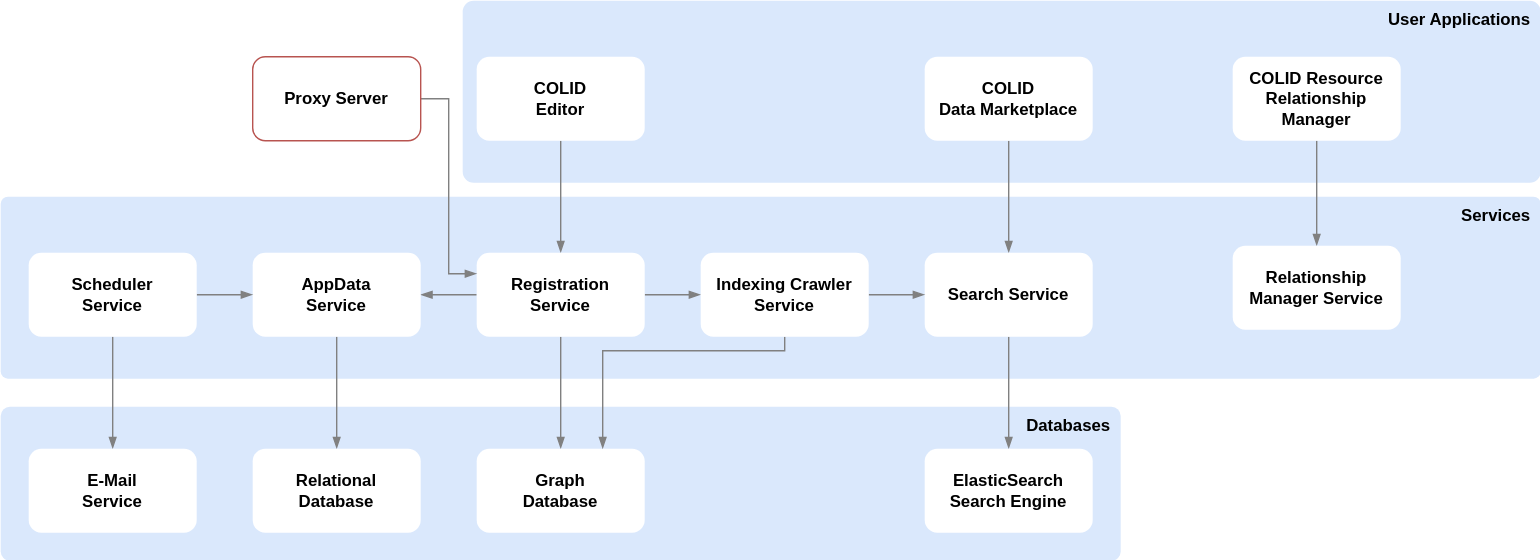
The draw.io diagram assets/architecture/architecture-overview.svg in Bayer-Group/COLID-Documentation, before a commit. Source tidied: cells renumbered, new cells last; positions are measured from the earlier drawing's top-left corner, leaving out a move shared by most shapes.
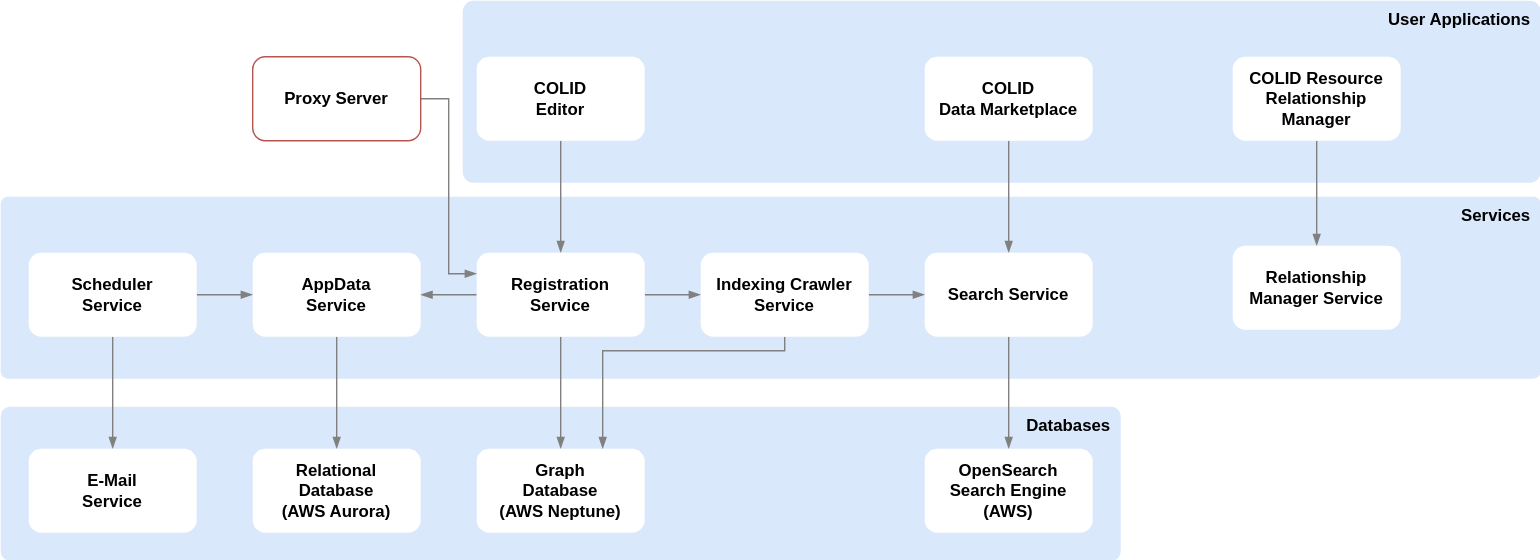
After the change.

What changed in the source:
```diff
@@ -67,10 +67,10 @@
     <mxCell id="21" value="Scheduler&lt;br&gt;Service" style="rounded=1;whiteSpace=wrap;html=1;fontStyle=1;strokeColor=none;" parent="1" vertex="1">
       <mxGeometry x="20" y="180" width="120" height="60" as="geometry" />
     </mxCell>
-    <mxCell id="22" value="Graph&lt;br&gt;Database" style="rounded=1;whiteSpace=wrap;html=1;strokeColor=none;fontStyle=1;" parent="1" vertex="1">
+    <mxCell id="22" value="Graph&lt;br&gt;Database&lt;br&gt;(AWS Neptune)" style="rounded=1;whiteSpace=wrap;html=1;strokeColor=none;fontStyle=1;" parent="1" vertex="1">
       <mxGeometry x="340" y="320" width="120" height="60" as="geometry" />
     </mxCell>
-    <mxCell id="23" value="ElasticSearch&lt;br&gt;Search Engine" style="rounded=1;whiteSpace=wrap;html=1;strokeColor=none;fontStyle=1;" parent="1" vertex="1">
+    <mxCell id="23" value="OpenSearch&lt;br&gt;Search Engine (AWS)" style="rounded=1;whiteSpace=wrap;html=1;strokeColor=none;fontStyle=1;" parent="1" vertex="1">
       <mxGeometry x="660" y="320" width="120" height="60" as="geometry" />
     </mxCell>
     <mxCell id="24" style="edgeStyle=orthogonalEdgeStyle;rounded=0;jettySize=auto;html=1;fontStyle=1;strokeColor=#808080;endArrow=blockThin;endFill=1;" parent="1" edge="1" source="26" target="14">
@@ -90,7 +90,7 @@
     <mxCell id="27" value="E-Mail&lt;br&gt;Service" style="rounded=1;whiteSpace=wrap;html=1;strokeColor=none;fontStyle=1;" parent="1" vertex="1">
       <mxGeometry x="20" y="320" width="120" height="60" as="geometry" />
     </mxCell>
-    <mxCell id="28" value="Relational&lt;br&gt;Database" style="rounded=1;whiteSpace=wrap;html=1;strokeColor=none;fontStyle=1;" parent="1" vertex="1">
+    <mxCell id="28" value="Relational&lt;br&gt;Database&lt;br&gt;(AWS Aurora)" style="rounded=1;whiteSpace=wrap;html=1;strokeColor=none;fontStyle=1;" parent="1" vertex="1">
       <mxGeometry x="180" y="320" width="120" height="60" as="geometry" />
     </mxCell>
     <mxCell id="29" style="edgeStyle=orthogonalEdgeStyle;rounded=0;jettySize=auto;html=1;fontStyle=1;strokeColor=#808080;endArrow=blockThin;endFill=1;" parent="1" edge="1" source="30" target="31">
```
